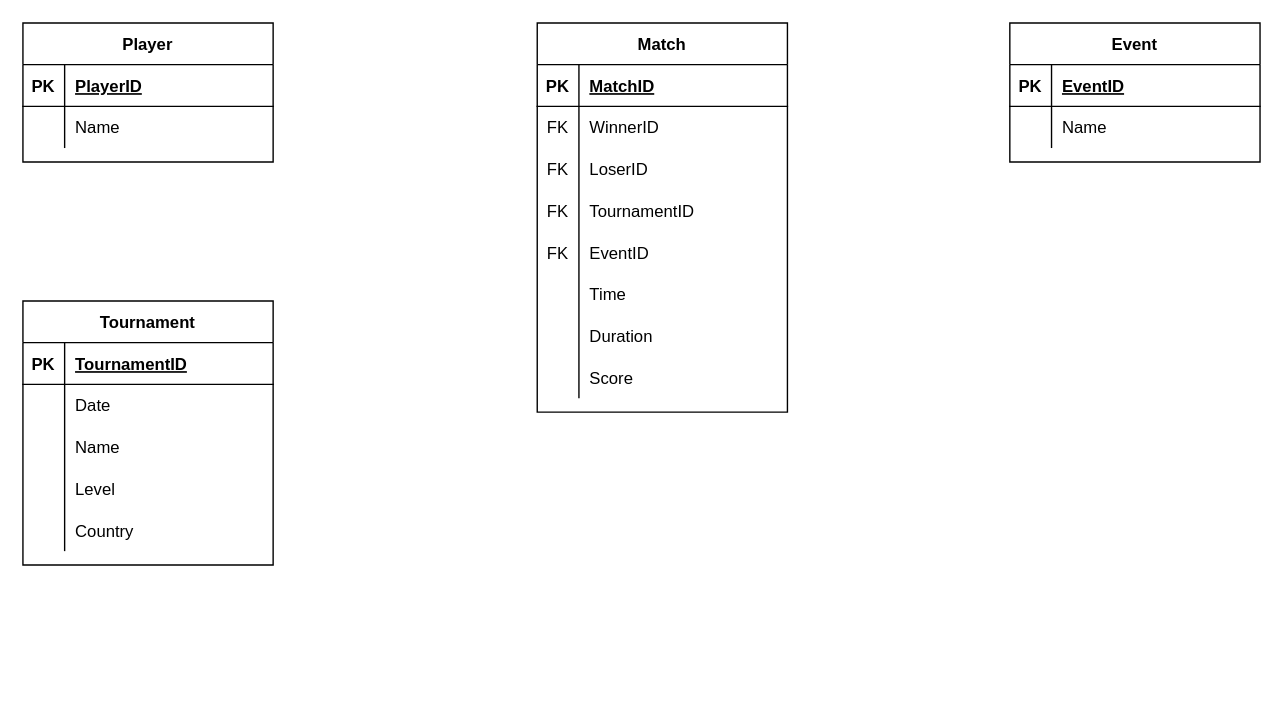
oscarlaaaa/badminton-api keeps this draw.io diagram as bwfapi/web_scraper/db/bwf_schema.drawio. Above is the earlier version. Source tidied: cells renumbered, new cells numbered last; positions are measured from the earlier drawing's top-left corner, leaving out a move shared by most shapes. Both pictures are drawn from the tidied source at 139%, with x=0, y=0 at pixel (22, 22).
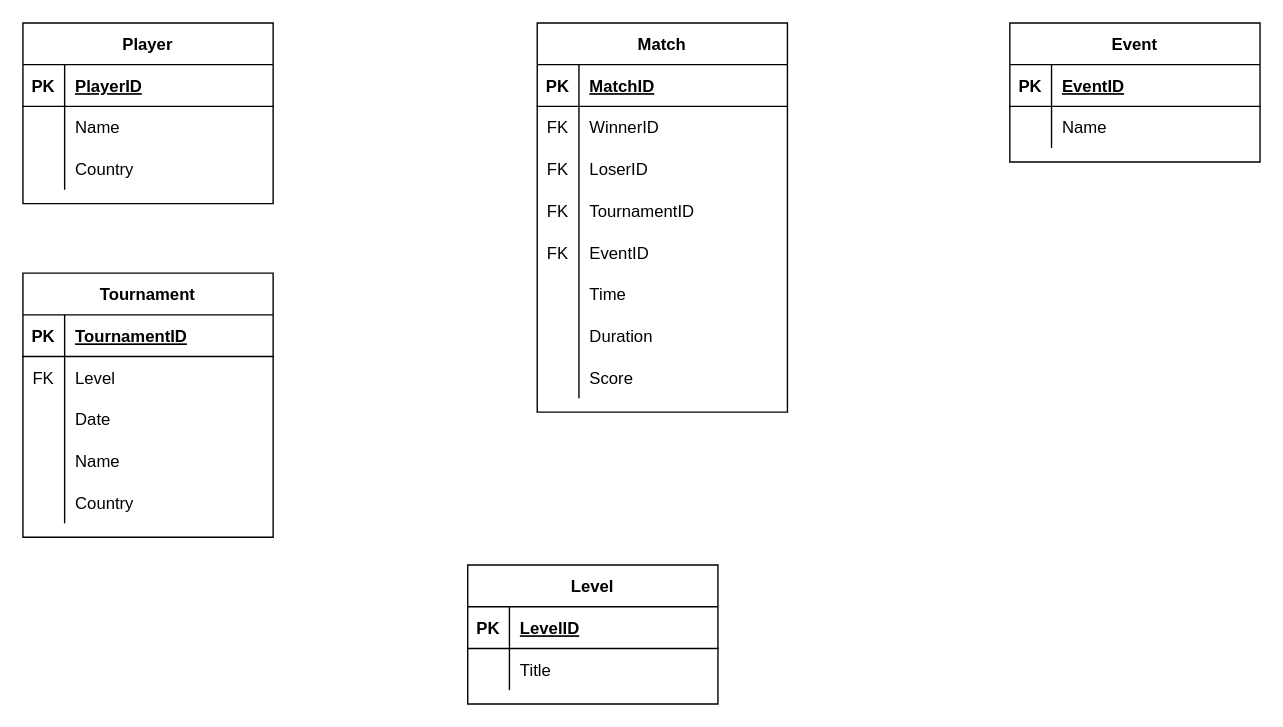
The same page after the edit.

Change to the diagram source:
```diff
@@
     <mxCell id="27" value="Tournament" style="shape=table;startSize=30;childLayout=tableLayout;rowLines=0;fontStyle=1;align=center;" parent="1" vertex="1">
-      <mxGeometry y="200" width="180" height="190" as="geometry" />
+      <mxGeometry y="180" width="180" height="190" as="geometry" />
     </mxCell>
@@
+    <mxCell id="37" style="shape=partialRectangle;fillColor=none;top=0;left=0;bottom=0;right=0;" parent="27" vertex="1">
+      <mxGeometry y="60" width="180" height="30" as="geometry" />
+    </mxCell>
+    <mxCell id="38" value="FK" style="shape=partialRectangle;fillColor=none;top=0;left=0;bottom=0;right=0;overflow=hidden;" parent="37" vertex="1">
+      <mxGeometry width="30" height="30" as="geometry" />
+    </mxCell>
+    <mxCell id="39" value="Level" style="shape=partialRectangle;fillColor=none;top=0;left=0;bottom=0;right=0;align=left;spacingLeft=6;overflow=hidden;" parent="37" vertex="1">
+      <mxGeometry x="30" width="150" height="30" as="geometry" />
+    </mxCell>
     <mxCell id="31" style="shape=partialRectangle;fillColor=none;top=0;left=0;bottom=0;right=0;" parent="27" vertex="1">
-      <mxGeometry y="60" width="180" height="30" as="geometry" />
+      <mxGeometry y="90" width="180" height="30" as="geometry" />
     </mxCell>
@@
     <mxCell id="34" style="shape=partialRectangle;fillColor=none;top=0;left=0;bottom=0;right=0;" parent="27" vertex="1">
-      <mxGeometry y="90" width="180" height="30" as="geometry" />
+      <mxGeometry y="120" width="180" height="30" as="geometry" />
     </mxCell>
@@
-    <mxCell id="37" style="shape=partialRectangle;fillColor=none;top=0;left=0;bottom=0;right=0;" parent="27" vertex="1">
-      <mxGeometry y="120" width="180" height="30" as="geometry" />
-    </mxCell>
-    <mxCell id="38" style="shape=partialRectangle;fillColor=none;top=0;left=0;bottom=0;right=0;overflow=hidden;" parent="37" vertex="1">
-      <mxGeometry width="30" height="30" as="geometry" />
-    </mxCell>
-    <mxCell id="39" value="Level" style="shape=partialRectangle;fillColor=none;top=0;left=0;bottom=0;right=0;align=left;spacingLeft=6;overflow=hidden;" parent="37" vertex="1">
-      <mxGeometry x="30" width="150" height="30" as="geometry" />
-    </mxCell>
@@
     <mxCell id="43" value="Player" style="shape=table;startSize=30;childLayout=tableLayout;rowLines=0;fontStyle=1;align=center;" parent="1" vertex="1">
-      <mxGeometry width="180" height="100" as="geometry" />
+      <mxGeometry width="180" height="130" as="geometry" />
     </mxCell>
@@
+    <mxCell id="57" style="shape=partialRectangle;fillColor=none;top=0;left=0;bottom=0;right=0;" parent="43" vertex="1">
+      <mxGeometry y="90" width="180" height="30" as="geometry" />
+    </mxCell>
+    <mxCell id="58" style="shape=partialRectangle;fillColor=none;top=0;left=0;bottom=0;right=0;overflow=hidden;" parent="57" vertex="1">
+      <mxGeometry width="30" height="30" as="geometry" />
+    </mxCell>
+    <mxCell id="59" value="Country" style="shape=partialRectangle;fillColor=none;top=0;left=0;bottom=0;right=0;align=left;spacingLeft=6;overflow=hidden;" parent="57" vertex="1">
+      <mxGeometry x="30" width="150" height="30" as="geometry" />
+    </mxCell>
@@
+    <mxCell id="60" value="Level" style="shape=table;startSize=30;childLayout=tableLayout;rowLines=0;fontStyle=1;align=center;" parent="1" vertex="1">
+      <mxGeometry x="320" y="390" width="180" height="100" as="geometry" />
+    </mxCell>
+    <mxCell id="61" style="shape=partialRectangle;fillColor=none;top=0;left=0;bottom=1;right=0;" parent="60" vertex="1">
+      <mxGeometry y="30" width="180" height="30" as="geometry" />
+    </mxCell>
+    <mxCell id="62" value="PK" style="shape=partialRectangle;fillColor=none;top=0;left=0;bottom=0;right=0;fontStyle=1;overflow=hidden;" parent="61" vertex="1">
+      <mxGeometry width="30" height="30" as="geometry" />
+    </mxCell>
+    <mxCell id="63" value="LevelID" style="shape=partialRectangle;fillColor=none;top=0;left=0;bottom=0;right=0;align=left;spacingLeft=6;fontStyle=5;overflow=hidden;" parent="61" vertex="1">
+      <mxGeometry x="30" width="150" height="30" as="geometry" />
+    </mxCell>
+    <mxCell id="64" style="shape=partialRectangle;fillColor=none;top=0;left=0;bottom=0;right=0;" parent="60" vertex="1">
+      <mxGeometry y="60" width="180" height="30" as="geometry" />
+    </mxCell>
+    <mxCell id="65" style="shape=partialRectangle;fillColor=none;top=0;left=0;bottom=0;right=0;overflow=hidden;" parent="64" vertex="1">
+      <mxGeometry width="30" height="30" as="geometry" />
+    </mxCell>
+    <mxCell id="66" value="Title" style="shape=partialRectangle;fillColor=none;top=0;left=0;bottom=0;right=0;align=left;spacingLeft=6;overflow=hidden;" parent="64" vertex="1">
+      <mxGeometry x="30" width="150" height="30" as="geometry" />
+    </mxCell>
```
